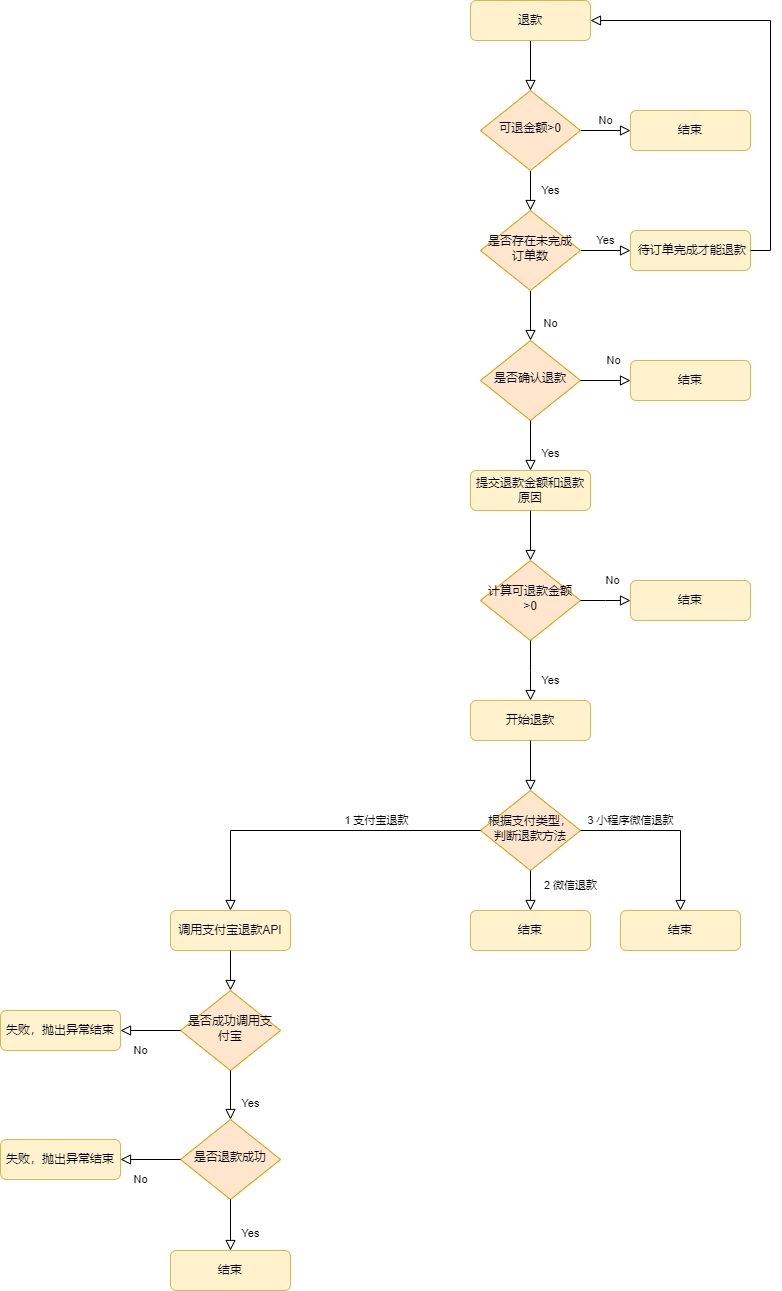
Above: png/退款流程.png in ren9901/tourism-j2ee-wx (draw.io), before the change. Source tidied: cells renumbered, new cells last; positions are measured from the earlier drawing's top-left corner, leaving out a move shared by most shapes.
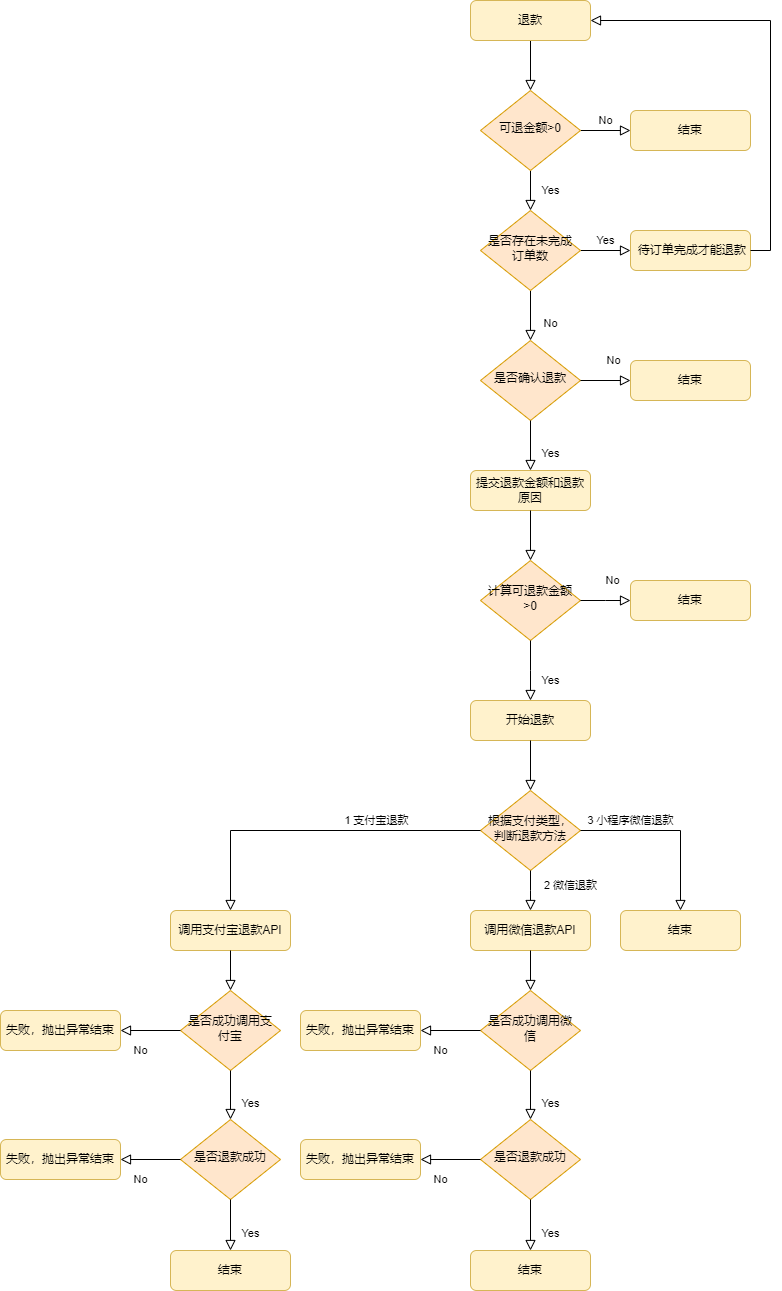
Above is the later version.

Commit message:
更新退款流程.png

Change to the diagram source:
```diff
@@ -102,7 +102,7 @@
     <mxCell id="29" value="调用支付宝退款API" style="rounded=1;whiteSpace=wrap;html=1;fontSize=12;glass=0;strokeWidth=1;shadow=0;fillColor=#fff2cc;strokeColor=#d6b656;" parent="1" vertex="1">
       <mxGeometry x="170" y="910" width="120" height="40" as="geometry" />
     </mxCell>
-    <mxCell id="30" value="结束" style="rounded=1;whiteSpace=wrap;html=1;fontSize=12;glass=0;strokeWidth=1;shadow=0;fillColor=#fff2cc;strokeColor=#d6b656;" parent="1" vertex="1">
+    <mxCell id="30" value="调用微信退款API" style="rounded=1;whiteSpace=wrap;html=1;fontSize=12;glass=0;strokeWidth=1;shadow=0;fillColor=#fff2cc;strokeColor=#d6b656;" parent="1" vertex="1">
       <mxGeometry x="470" y="910" width="120" height="40" as="geometry" />
     </mxCell>
     <mxCell id="31" value="结束" style="rounded=1;whiteSpace=wrap;html=1;fontSize=12;glass=0;strokeWidth=1;shadow=0;fillColor=#fff2cc;strokeColor=#d6b656;" parent="1" vertex="1">
@@ -138,5 +138,35 @@
     <mxCell id="41" value="失败，抛出异常结束" style="rounded=1;whiteSpace=wrap;html=1;fontSize=12;glass=0;strokeWidth=1;shadow=0;fillColor=#fff2cc;strokeColor=#d6b656;" parent="1" vertex="1">
       <mxGeometry y="1139" width="120" height="40" as="geometry" />
     </mxCell>
+    <mxCell id="42" value="&lt;div style=&quot;orphans: 4;&quot;&gt;是否成功调用微信&lt;/div&gt;" style="rhombus;whiteSpace=wrap;html=1;shadow=0;fontFamily=Helvetica;fontSize=12;align=center;strokeWidth=1;spacing=6;spacingTop=-4;fillColor=#ffe6cc;strokeColor=#d79b00;" parent="1" vertex="1">
+      <mxGeometry x="480" y="990" width="100" height="80" as="geometry" />
+    </mxCell>
+    <mxCell id="43" value="Yes" style="rounded=0;html=1;jettySize=auto;fontSize=11;endArrow=block;endFill=0;endSize=8;strokeWidth=1;shadow=0;labelBackgroundColor=none;edgeStyle=orthogonalEdgeStyle;exitX=0.5;exitY=1;exitDx=0;exitDy=0;entryX=0.5;entryY=0;entryDx=0;entryDy=0;" parent="1" edge="1" source="42" target="45">
+      <mxGeometry x="0.33" y="20" relative="1" as="geometry" />
+    </mxCell>
+    <mxCell id="44" value="结束" style="rounded=1;whiteSpace=wrap;html=1;fontSize=12;glass=0;strokeWidth=1;shadow=0;fillColor=#fff2cc;strokeColor=#d6b656;" parent="1" vertex="1">
+      <mxGeometry x="470" y="1250" width="120" height="40" as="geometry" />
+    </mxCell>
+    <mxCell id="45" value="&lt;div style=&quot;orphans: 4;&quot;&gt;是否退款成功&lt;/div&gt;" style="rhombus;whiteSpace=wrap;html=1;shadow=0;fontFamily=Helvetica;fontSize=12;align=center;strokeWidth=1;spacing=6;spacingTop=-4;fillColor=#ffe6cc;strokeColor=#d79b00;" parent="1" vertex="1">
+      <mxGeometry x="480" y="1119" width="100" height="80" as="geometry" />
+    </mxCell>
+    <mxCell id="46" value="No" style="rounded=0;html=1;jettySize=auto;fontSize=11;endArrow=block;endFill=0;endSize=8;strokeWidth=1;shadow=0;labelBackgroundColor=none;edgeStyle=orthogonalEdgeStyle;exitX=0;exitY=0.5;exitDx=0;exitDy=0;" parent="1" edge="1" source="42" target="47">
+      <mxGeometry x="0.33" y="20" relative="1" as="geometry" />
+    </mxCell>
+    <mxCell id="47" value="失败，抛出异常结束" style="rounded=1;whiteSpace=wrap;html=1;fontSize=12;glass=0;strokeWidth=1;shadow=0;fillColor=#fff2cc;strokeColor=#d6b656;" parent="1" vertex="1">
+      <mxGeometry x="300" y="1010" width="120" height="40" as="geometry" />
+    </mxCell>
+    <mxCell id="48" value="Yes" style="rounded=0;html=1;jettySize=auto;fontSize=11;endArrow=block;endFill=0;endSize=8;strokeWidth=1;shadow=0;labelBackgroundColor=none;edgeStyle=orthogonalEdgeStyle;exitX=0.5;exitY=1;exitDx=0;exitDy=0;entryX=0.5;entryY=0;entryDx=0;entryDy=0;" parent="1" edge="1" source="45" target="44">
+      <mxGeometry x="0.33" y="20" relative="1" as="geometry" />
+    </mxCell>
+    <mxCell id="49" value="No" style="rounded=0;html=1;jettySize=auto;fontSize=11;endArrow=block;endFill=0;endSize=8;strokeWidth=1;shadow=0;labelBackgroundColor=none;edgeStyle=orthogonalEdgeStyle;" parent="1" edge="1" source="45" target="50">
+      <mxGeometry x="0.33" y="20" relative="1" as="geometry" />
+    </mxCell>
+    <mxCell id="50" value="失败，抛出异常结束" style="rounded=1;whiteSpace=wrap;html=1;fontSize=12;glass=0;strokeWidth=1;shadow=0;fillColor=#fff2cc;strokeColor=#d6b656;" parent="1" vertex="1">
+      <mxGeometry x="300" y="1139" width="120" height="40" as="geometry" />
+    </mxCell>
+    <mxCell id="51" style="rounded=0;html=1;jettySize=auto;fontSize=11;endArrow=block;endFill=0;endSize=8;strokeWidth=1;shadow=0;labelBackgroundColor=none;edgeStyle=orthogonalEdgeStyle;exitX=0.5;exitY=1;exitDx=0;exitDy=0;entryX=0.5;entryY=0;entryDx=0;entryDy=0;" parent="1" edge="1" source="30" target="42">
+      <mxGeometry x="0.33" y="20" relative="1" as="geometry" />
+    </mxCell>
   </root>
 </mxGraphModel>
```
